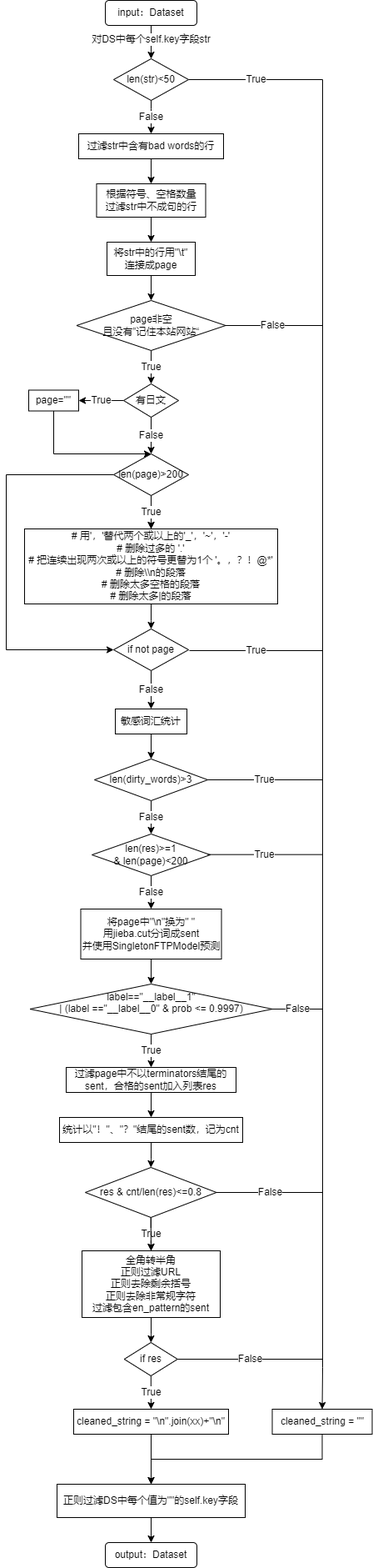
Earlier version of the draw.io export draw.io/OneFlow/zh_clean_OP_flowchart.png (LanXiu-0523/Image_host). Source tidied: cells renumbered, new cells last; positions are measured from the earlier drawing's top-left corner, leaving out a move shared by most shapes.
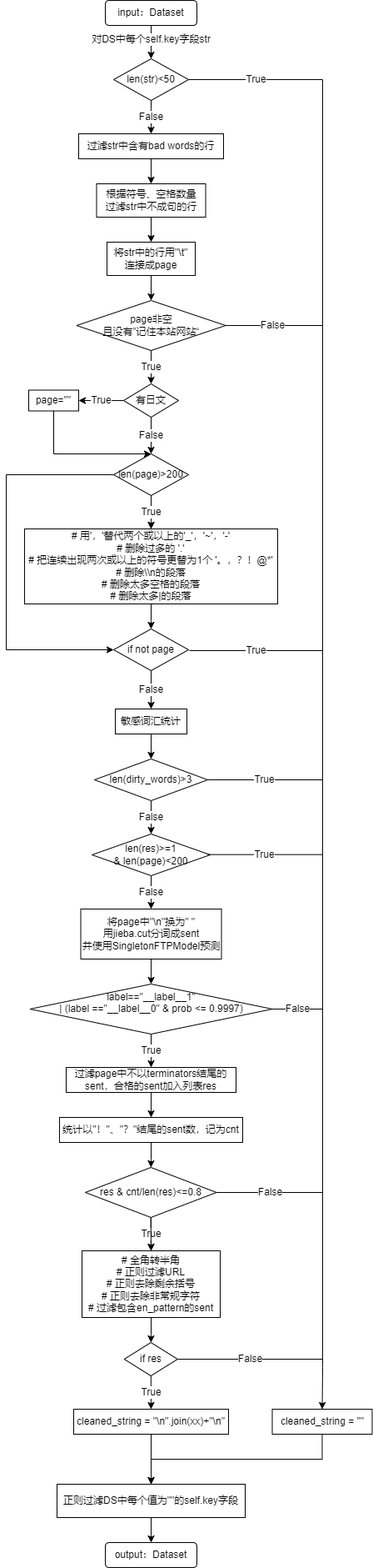
After the commit.

What changed in the source:
```diff
@@ -177,7 +177,7 @@
     <mxCell id="47" style="edgeStyle=orthogonalEdgeStyle;rounded=0;jettySize=auto;html=1;" parent="1" edge="1" source="48" target="50">
       <mxGeometry relative="1" as="geometry" />
     </mxCell>
-    <mxCell id="48" value="全角转半角&lt;br&gt;正则过滤URL&lt;br&gt;正则去除剩余括号&lt;br&gt;正则去除非常规字符&lt;br&gt;过滤包含en_pattern的sent" style="rounded=0;whiteSpace=wrap;html=1;" parent="1" vertex="1">
+    <mxCell id="48" value="# 全角转半角&lt;br&gt;# 正则过滤URL&lt;br&gt;# 正则去除剩余括号&lt;br&gt;# 正则去除非常规字符&lt;br&gt;# 过滤包含en_pattern的sent" style="rounded=0;whiteSpace=wrap;html=1;" parent="1" vertex="1">
       <mxGeometry x="91" y="1500" width="166" height="80" as="geometry" />
     </mxCell>
     <mxCell id="49" value="True" style="edgeStyle=orthogonalEdgeStyle;rounded=0;jettySize=auto;html=1;" parent="1" edge="1" source="50" target="52">
```
